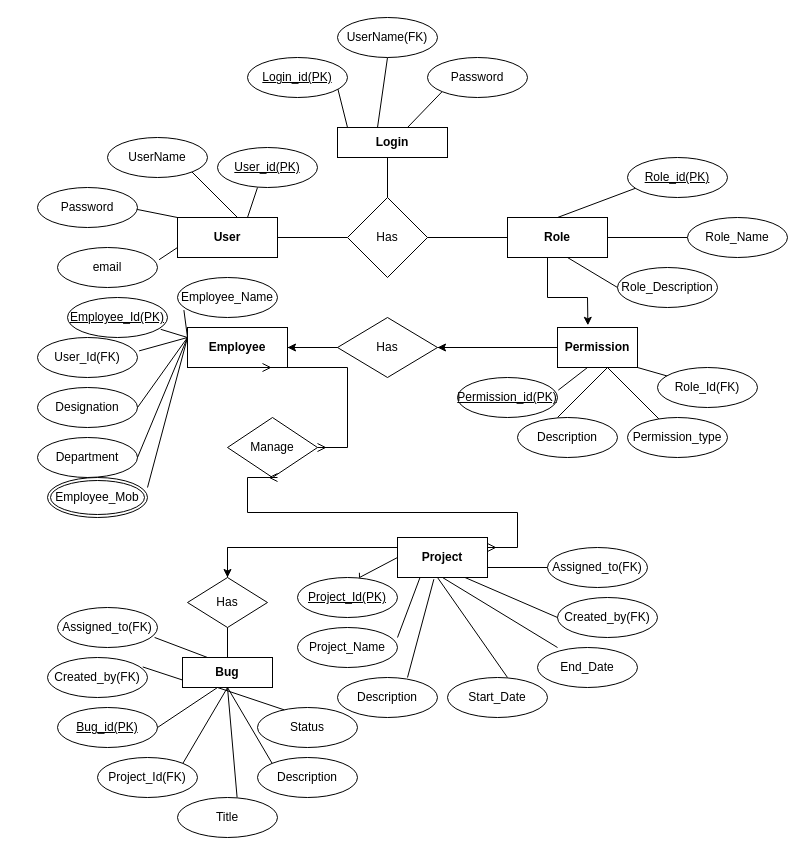
SamruddhiV43/CCE keeps this draw.io diagram as Er diagram of pms.drawio. Above is the earlier version. Source tidied: cells renumbered, new cells numbered last; positions are measured from the earlier drawing's top-left corner, leaving out a move shared by most shapes. Both pictures are drawn from the tidied source at 100%, with x=0, y=0 at pixel (37, 17).
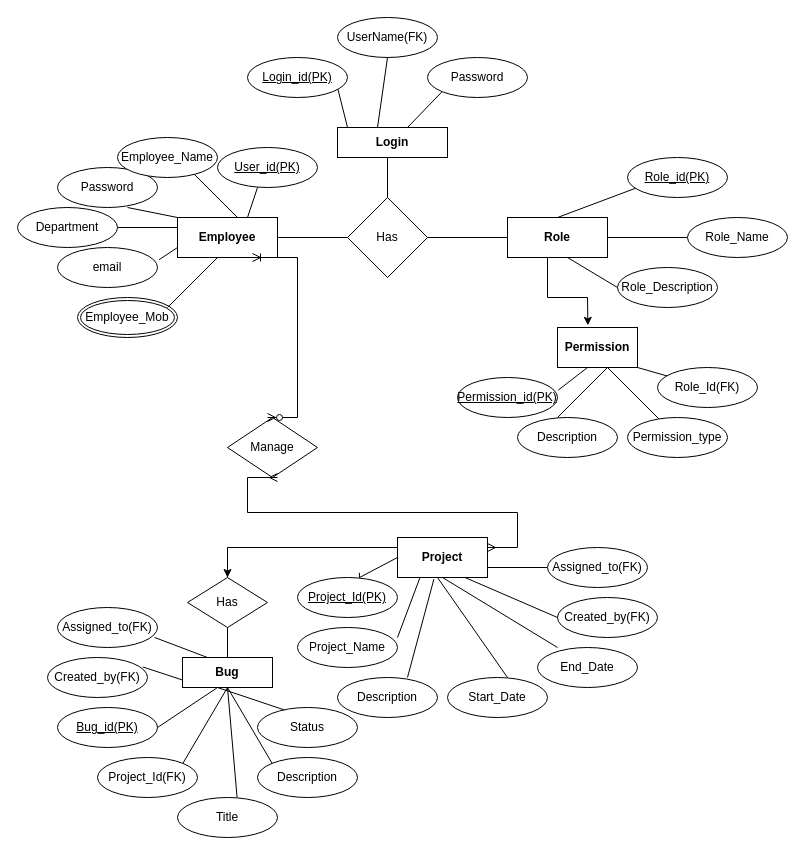
Above is the later version.

Diff of the diagram source:
```diff
@@
-    <mxCell id="2" value="&lt;b&gt;User&lt;/b&gt;" style="rounded=0;whiteSpace=wrap;html=1;" parent="1" vertex="1">
+    <mxCell id="2" value="&lt;b&gt;Employee&lt;/b&gt;" style="rounded=0;whiteSpace=wrap;html=1;" parent="1" vertex="1">
       <mxGeometry x="140" y="200" width="100" height="40" as="geometry" />
     </mxCell>
@@
-    <mxCell id="24" value="UserName" style="ellipse;whiteSpace=wrap;html=1;align=center;" parent="1" vertex="1">
-      <mxGeometry x="70" y="120" width="100" height="40" as="geometry" />
-    </mxCell>
@@
     <mxCell id="27" value="Password" style="ellipse;whiteSpace=wrap;html=1;align=center;" parent="1" vertex="1">
-      <mxGeometry y="170" width="100" height="40" as="geometry" />
+      <mxGeometry x="20" y="150" width="100" height="40" as="geometry" />
     </mxCell>
@@
-    <mxCell id="34" value="&lt;b&gt;Employee&lt;/b&gt;" style="whiteSpace=wrap;html=1;align=center;" parent="1" vertex="1">
-      <mxGeometry x="150" y="310" width="100" height="40" as="geometry" />
-    </mxCell>
-    <mxCell id="35" value="Employee_Id(PK)" style="ellipse;whiteSpace=wrap;html=1;align=center;fontStyle=4;" parent="1" vertex="1">
-      <mxGeometry x="30" y="280" width="100" height="40" as="geometry" />
-    </mxCell>
-    <mxCell id="36" value="User_Id(FK)" style="ellipse;whiteSpace=wrap;html=1;align=center;" parent="1" vertex="1">
-      <mxGeometry y="320" width="100" height="40" as="geometry" />
-    </mxCell>
     <mxCell id="37" value="Department" style="ellipse;whiteSpace=wrap;html=1;align=center;" parent="1" vertex="1">
-      <mxGeometry y="420" width="100" height="40" as="geometry" />
+      <mxGeometry x="-20" y="190" width="100" height="40" as="geometry" />
     </mxCell>
     <mxCell id="38" value="Employee_Mob" style="ellipse;shape=doubleEllipse;margin=3;whiteSpace=wrap;html=1;align=center;" parent="1" vertex="1">
-      <mxGeometry x="10" y="460" width="100" height="40" as="geometry" />
+      <mxGeometry x="40" y="280" width="100" height="40" as="geometry" />
     </mxCell>
     <mxCell id="39" value="Employee_Name" style="ellipse;whiteSpace=wrap;html=1;align=center;" parent="1" vertex="1">
-      <mxGeometry x="140" y="260" width="100" height="40" as="geometry" />
+      <mxGeometry x="80" y="120" width="100" height="40" as="geometry" />
     </mxCell>
-    <mxCell id="40" value="Designation" style="ellipse;whiteSpace=wrap;html=1;align=center;" parent="1" vertex="1">
-      <mxGeometry y="370" width="100" height="40" as="geometry" />
-    </mxCell>
@@
-    <mxCell id="49" style="endArrow=none;html=1;rounded=0;" parent="1" edge="1">
-      <mxGeometry relative="1" as="geometry">
-        <mxPoint x="400" y="330" as="sourcePoint" />
-        <mxPoint x="520" y="330" as="targetPoint" />
-      </mxGeometry>
-    </mxCell>
-    <mxCell id="50" value="Has" style="shape=rhombus;perimeter=rhombusPerimeter;whiteSpace=wrap;html=1;align=center;" parent="1" vertex="1">
-      <mxGeometry x="300" y="300" width="100" height="60" as="geometry" />
-    </mxCell>
-    <mxCell id="51" style="endArrow=none;html=1;rounded=0;" parent="1" edge="1">
-      <mxGeometry relative="1" as="geometry">
-        <mxPoint x="250" y="330" as="sourcePoint" />
-        <mxPoint x="300" y="330" as="targetPoint" />
-      </mxGeometry>
-    </mxCell>
-    <mxCell id="52" style="endArrow=none;html=1;rounded=0;exitX=1;exitY=0.25;exitDx=0;exitDy=0;exitPerimeter=0;" parent="1" edge="1" source="38">
-      <mxGeometry relative="1" as="geometry">
-        <mxPoint x="150" y="320" as="targetPoint" />
-      </mxGeometry>
-    </mxCell>
-    <mxCell id="53" style="endArrow=none;html=1;rounded=0;exitX=1;exitY=0.5;exitDx=0;exitDy=0;" parent="1" edge="1" source="37">
-      <mxGeometry relative="1" as="geometry">
-        <mxPoint x="150" y="320" as="targetPoint" />
-      </mxGeometry>
-    </mxCell>
-    <mxCell id="54" style="endArrow=none;html=1;rounded=0;exitX=1;exitY=0.5;exitDx=0;exitDy=0;" parent="1" edge="1" source="40">
-      <mxGeometry relative="1" as="geometry">
-        <mxPoint x="150" y="320" as="targetPoint" />
-      </mxGeometry>
-    </mxCell>
-    <mxCell id="55" style="endArrow=none;html=1;rounded=0;exitX=1.016;exitY=0.335;exitDx=0;exitDy=0;exitPerimeter=0;" parent="1" edge="1" source="36">
-      <mxGeometry relative="1" as="geometry">
-        <mxPoint x="150" y="320" as="targetPoint" />
-      </mxGeometry>
-    </mxCell>
-    <mxCell id="56" style="endArrow=none;html=1;rounded=0;exitX=0.932;exitY=0.795;exitDx=0;exitDy=0;exitPerimeter=0;" parent="1" edge="1" source="35">
-      <mxGeometry relative="1" as="geometry">
-        <mxPoint x="150" y="320" as="targetPoint" />
-      </mxGeometry>
-    </mxCell>
-    <mxCell id="57" style="endArrow=none;html=1;rounded=0;exitX=0.064;exitY=0.815;exitDx=0;exitDy=0;exitPerimeter=0;" parent="1" edge="1" source="39">
-      <mxGeometry relative="1" as="geometry">
-        <mxPoint x="150" y="320" as="targetPoint" />
-      </mxGeometry>
-    </mxCell>
-    <mxCell id="58" style="edgeStyle=entityRelationEdgeStyle;fontSize=12;html=1;endArrow=ERmany;startArrow=ERmany;rounded=0;entryX=0.75;entryY=1;entryDx=0;entryDy=0;" parent="1" edge="1" target="34">
-      <mxGeometry relative="1" as="geometry">
-        <mxPoint x="280" y="430" as="sourcePoint" />
-      </mxGeometry>
-    </mxCell>
@@
-    <mxCell id="81" style="endArrow=classic;html=1;rounded=0;" parent="1" edge="1">
-      <mxGeometry relative="1" as="geometry">
-        <mxPoint x="520" y="330" as="sourcePoint" />
-        <mxPoint x="400" y="330" as="targetPoint" />
-      </mxGeometry>
-    </mxCell>
-    <mxCell id="82" style="endArrow=classic;html=1;rounded=0;entryX=1;entryY=0.5;entryDx=0;entryDy=0;" parent="1" edge="1" target="34">
-      <mxGeometry relative="1" as="geometry">
-        <mxPoint x="300" y="330" as="sourcePoint" />
-      </mxGeometry>
-    </mxCell>
@@
+    <mxCell id="98" style="endArrow=none;html=1;rounded=0;" parent="1" edge="1">
+      <mxGeometry relative="1" as="geometry">
+        <mxPoint x="80" y="210" as="sourcePoint" />
+        <mxPoint x="140" y="210" as="targetPoint" />
+      </mxGeometry>
+    </mxCell>
+    <mxCell id="99" style="endArrow=none;html=1;rounded=0;" parent="1" edge="1">
+      <mxGeometry relative="1" as="geometry">
+        <mxPoint x="130" y="290" as="sourcePoint" />
+        <mxPoint x="180" y="240" as="targetPoint" />
+      </mxGeometry>
+    </mxCell>
+    <mxCell id="100" style="edgeStyle=entityRelationEdgeStyle;fontSize=12;html=1;endArrow=ERoneToMany;startArrow=ERzeroToMany;rounded=0;entryX=0.75;entryY=1;entryDx=0;entryDy=0;" parent="1" edge="1" target="2">
+      <mxGeometry relative="1" as="geometry">
+        <mxPoint x="230" y="400" as="sourcePoint" />
+      </mxGeometry>
+    </mxCell>
```
